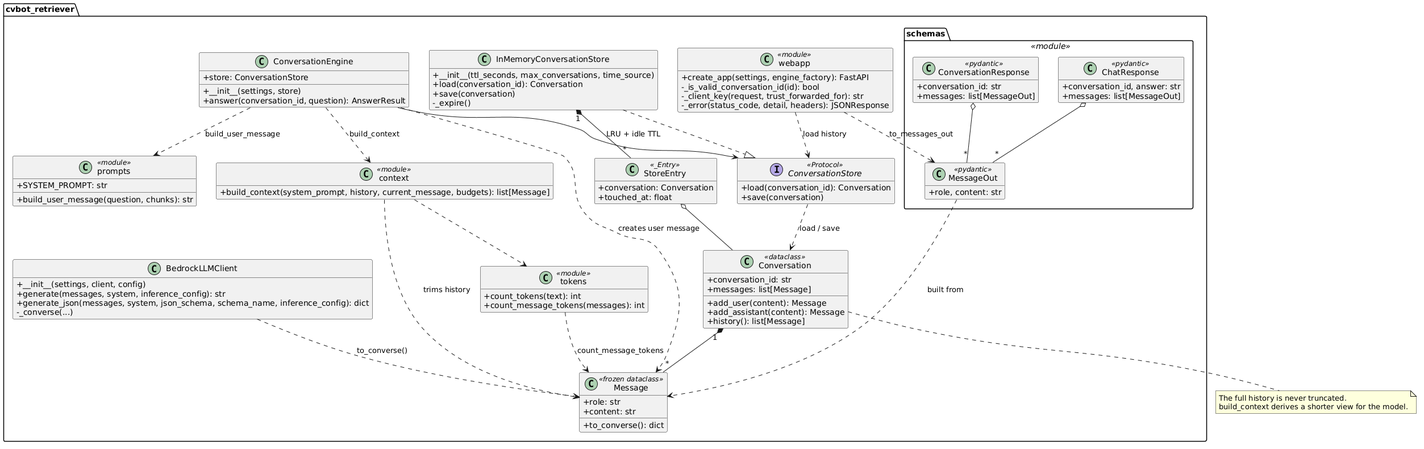
Fabian-Winter/cvbot-retriever keeps this PlantUML diagram as docs/classes-retriever-conversation.png. Above is the earlier version. The source it was exported from:
```plantuml
@startuml
skinparam classAttributeIconSize 0
hide empty members

!include _retriever-classes.iuml

Conversation "1" *-- "*" Message

ConversationStore ..> Conversation : load / save
InMemoryConversationStore ..|> ConversationStore
InMemoryConversationStore "1" *-- "*" StoreEntry : LRU + idle TTL
StoreEntry o-- Conversation

ConversationEngine --> ConversationStore
ConversationEngine ..> Message : creates user message
ConversationEngine ..> prompts : build_user_message
ConversationEngine ..> context : build_context

context ..> Message : trims history
context ..> tokens
tokens ..> Message : count_message_tokens

BedrockLLMClient ..> Message : to_converse()

webapp ..> ConversationStore : load history
webapp ..> MessageOut : to_messages_out
ChatResponse o-- "*" MessageOut
ConversationResponse o-- "*" MessageOut
MessageOut ..> Message : built from

note bottom of Conversation
  The full history is never truncated.
  build_context derives a shorter view for the model.
end note

remove @unlinked
@enduml
```
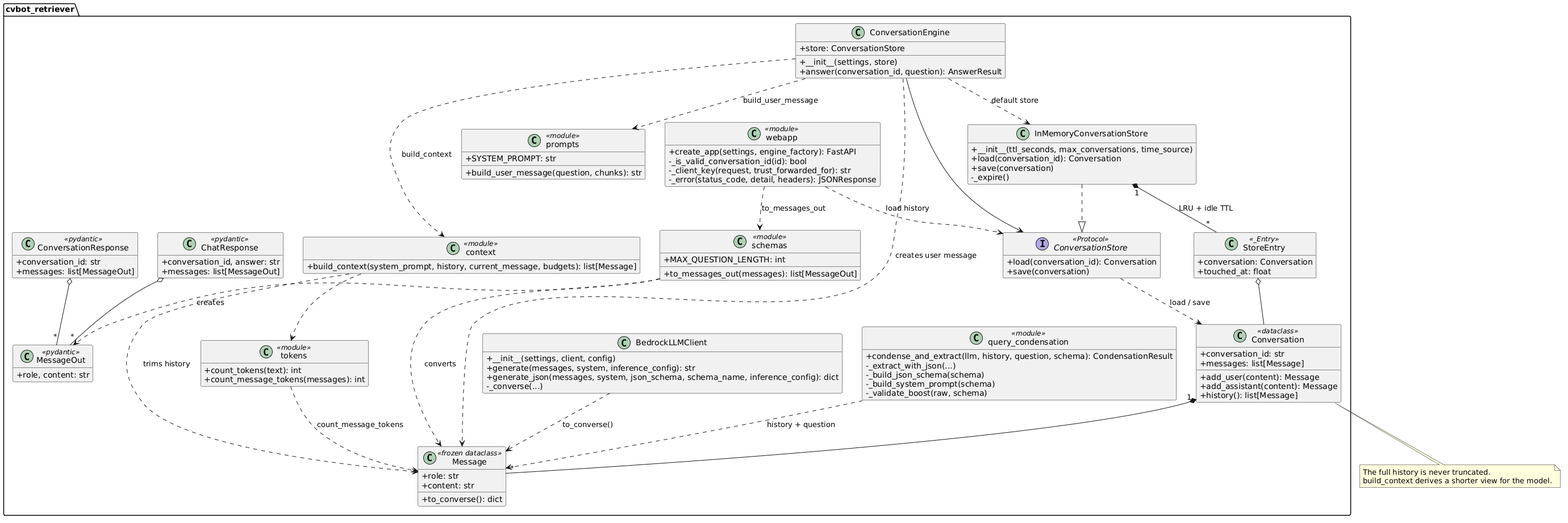
Above is the later version.

Change to the diagram source:
```diff
@@ -12,6 +12,7 @@
 StoreEntry o-- Conversation
 
 ConversationEngine --> ConversationStore
+ConversationEngine ..> InMemoryConversationStore : default store
 ConversationEngine ..> Message : creates user message
 ConversationEngine ..> prompts : build_user_message
 ConversationEngine ..> context : build_context
@@ -20,13 +21,16 @@
 context ..> tokens
 tokens ..> Message : count_message_tokens
 
+condensation ..> Message : history + question
+
 BedrockLLMClient ..> Message : to_converse()
 
 webapp ..> ConversationStore : load history
-webapp ..> MessageOut : to_messages_out
+webapp ..> schemas : to_messages_out
+schemas ..> Message : converts
+schemas ..> MessageOut : creates
 ChatResponse o-- "*" MessageOut
 ConversationResponse o-- "*" MessageOut
-MessageOut ..> Message : built from
 
 note bottom of Conversation
   The full history is never truncated.
```
